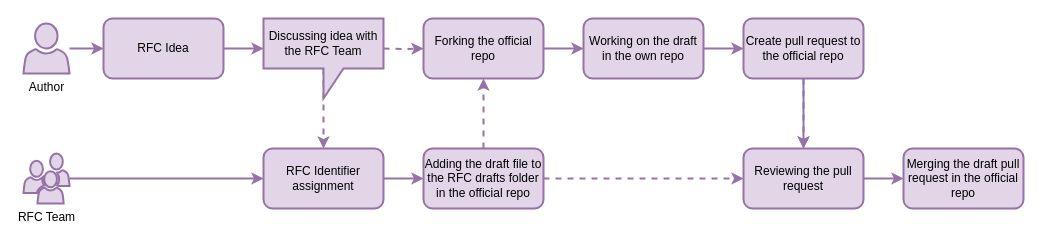
Before: files/releases/RFC-0003/images/phase_1.drawio in time-machine-project/requests-for-comments, a draw.io diagram. Source tidied: cells renumbered, new cells numbered last; positions are measured from the earlier drawing's top-left corner, leaving out a move shared by most shapes. Both pictures are drawn from the tidied source at 100%, with x=0, y=0 at pixel (23, 18).
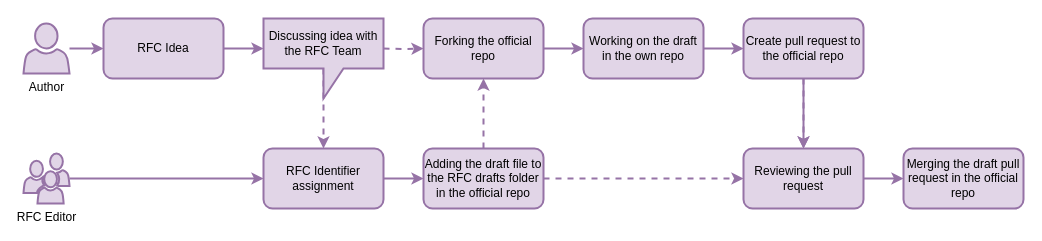
The same page after the edit.

Change to the diagram source:
```diff
@@
-    <mxCell id="7" value="RFC Team" style="shadow=0;dashed=0;html=1;strokeColor=#9673a6;fillColor=#e1d5e7;labelPosition=center;verticalLabelPosition=bottom;verticalAlign=top;outlineConnect=0;align=center;shape=mxgraph.office.users.users;strokeWidth=2;" parent="1" vertex="1">
+    <mxCell id="7" value="RFC Editor" style="shadow=0;dashed=0;html=1;strokeColor=#9673a6;fillColor=#e1d5e7;labelPosition=center;verticalLabelPosition=bottom;verticalAlign=top;outlineConnect=0;align=center;shape=mxgraph.office.users.users;strokeWidth=2;" parent="1" vertex="1">
       <mxGeometry y="135" width="46" height="50" as="geometry" />
     </mxCell>
```
